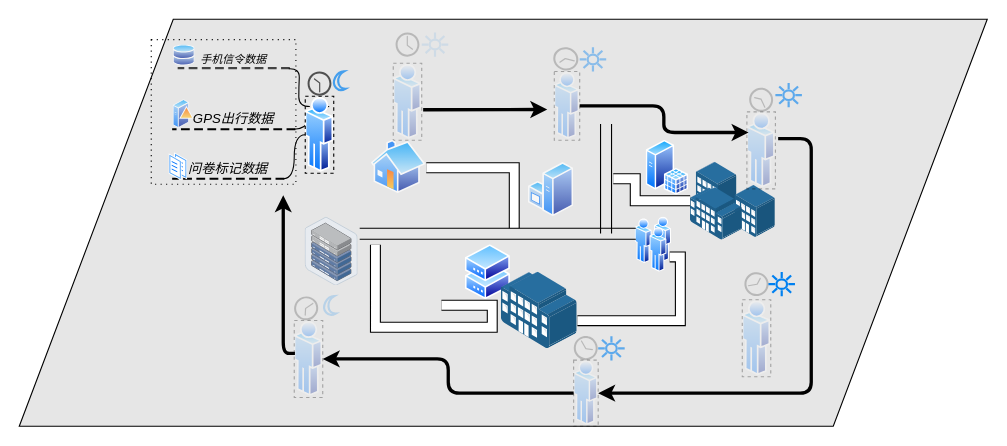
The draw.io diagram page "Page-3" (3 of 4) of 数据采集及整合图.drawio in renqianru/HELLO-NEW-RIKA, before the edit. Source tidied: cells renumbered, new cells numbered last; positions are measured from the earlier drawing's top-left corner, leaving out a move shared by most shapes. Both pictures are drawn from the tidied source at 110%, with x=0, y=0 at pixel (19, 19).
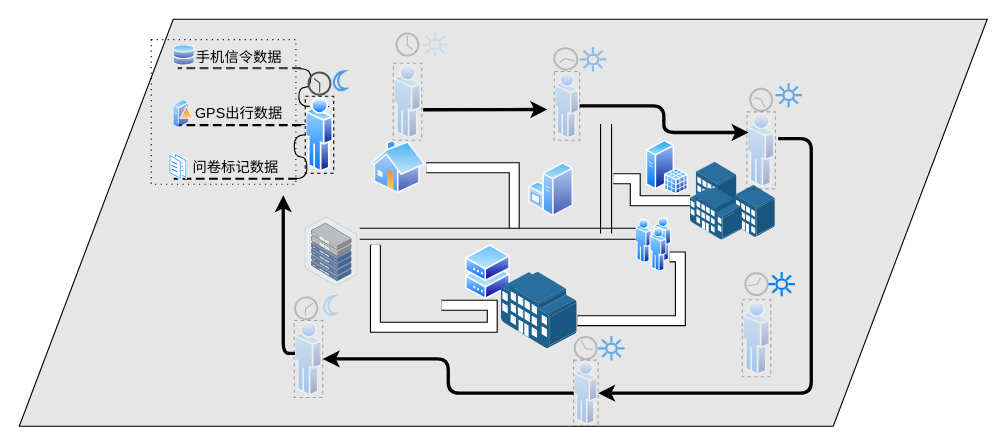
After the change.

What changed in the source:
```diff
@@
-    <mxCell id="4" value="手机信令数据" style="whiteSpace=wrap;html=1;shape=partialRectangle;top=0;left=0;bottom=1;right=0;points=[[0,1],[1,1]];fillColor=none;align=center;verticalAlign=bottom;routingCenterY=0.5;snapToPoint=1;newEdgeStyle={&quot;edgeStyle&quot;:&quot;entityRelationEdgeStyle&quot;,&quot;startArrow&quot;:&quot;none&quot;,&quot;endArrow&quot;:&quot;none&quot;,&quot;segment&quot;:10,&quot;curved&quot;:1};opacity=70;fontSize=10;fontStyle=2;dashed=1;strokeWidth=2;" parent="1" vertex="1" collapsed="1">
-      <mxGeometry x="145" y="24.5" width="100" height="20" as="geometry" />
+    <mxCell id="4" value="手机信令数据" style="whiteSpace=wrap;html=1;shape=partialRectangle;top=0;left=0;bottom=1;right=0;points=[[0,1],[1,1]];fillColor=none;align=center;verticalAlign=bottom;routingCenterY=0.5;snapToPoint=1;newEdgeStyle={&quot;edgeStyle&quot;:&quot;entityRelationEdgeStyle&quot;,&quot;startArrow&quot;:&quot;none&quot;,&quot;endArrow&quot;:&quot;none&quot;,&quot;segment&quot;:10,&quot;curved&quot;:1};opacity=70;fontSize=13;fontStyle=0;dashed=1;strokeWidth=2;fontFamily=Helvetica;" parent="1" vertex="1" collapsed="1">
+      <mxGeometry x="145" y="24.5" width="110" height="20" as="geometry" />
     </mxCell>
@@
-    <mxCell id="25" value="问卷标记数据" style="whiteSpace=wrap;html=1;shape=partialRectangle;top=0;left=0;bottom=1;right=0;points=[[0,1],[1,1]];fillColor=none;align=center;verticalAlign=bottom;routingCenterY=0.5;snapToPoint=1;newEdgeStyle={&quot;edgeStyle&quot;:&quot;entityRelationEdgeStyle&quot;,&quot;startArrow&quot;:&quot;none&quot;,&quot;endArrow&quot;:&quot;none&quot;,&quot;segment&quot;:10,&quot;curved&quot;:1};shadow=0;dashed=1;labelBackgroundColor=none;fontStyle=2;strokeWidth=2;" parent="1" vertex="1">
-      <mxGeometry x="140" y="125" width="100" height="20" as="geometry" />
+    <mxCell id="25" value="问卷标记数据" style="whiteSpace=wrap;html=1;shape=partialRectangle;top=0;left=0;bottom=1;right=0;points=[[0,1],[1,1]];fillColor=none;align=center;verticalAlign=bottom;routingCenterY=0.5;snapToPoint=1;newEdgeStyle={&quot;edgeStyle&quot;:&quot;entityRelationEdgeStyle&quot;,&quot;startArrow&quot;:&quot;none&quot;,&quot;endArrow&quot;:&quot;none&quot;,&quot;segment&quot;:10,&quot;curved&quot;:1};shadow=0;dashed=1;labelBackgroundColor=none;fontStyle=0;strokeWidth=2;fontSize=13;" parent="1" vertex="1">
+      <mxGeometry x="141.5" y="125" width="110" height="20" as="geometry" />
     </mxCell>
@@
-    <mxCell id="36" value="GPS出行数据" style="whiteSpace=wrap;html=1;shape=partialRectangle;top=0;left=0;bottom=1;right=0;points=[[0,1],[1,1]];fillColor=none;align=center;verticalAlign=bottom;routingCenterY=0.5;snapToPoint=1;newEdgeStyle={&quot;edgeStyle&quot;:&quot;entityRelationEdgeStyle&quot;,&quot;startArrow&quot;:&quot;none&quot;,&quot;endArrow&quot;:&quot;none&quot;,&quot;segment&quot;:10,&quot;curved&quot;:1};fontStyle=2;dashed=1;strokeWidth=2;" parent="1" vertex="1">
-      <mxGeometry x="140" y="80" width="110" height="20" as="geometry" />
+    <mxCell id="36" value="GPS出行数据" style="whiteSpace=wrap;html=1;shape=partialRectangle;top=0;left=0;bottom=1;right=0;points=[[0,1],[1,1]];fillColor=none;align=center;verticalAlign=bottom;routingCenterY=0.5;snapToPoint=1;newEdgeStyle={&quot;edgeStyle&quot;:&quot;entityRelationEdgeStyle&quot;,&quot;startArrow&quot;:&quot;none&quot;,&quot;endArrow&quot;:&quot;none&quot;,&quot;segment&quot;:10,&quot;curved&quot;:1};fontStyle=0;dashed=1;strokeWidth=2;fontSize=13;" parent="1" vertex="1">
+      <mxGeometry x="145" y="76.3" width="110" height="20" as="geometry" />
     </mxCell>
@@
-    <mxCell id="43" style="whiteSpace=wrap;html=1;shadow=0;dashed=1;dashPattern=1 4;labelBackgroundColor=none;fontSize=20;fontColor=#E6E6E6;strokeWidth=1;fillColor=none;" parent="1" vertex="1">
-      <mxGeometry x="120" y="18.5" width="131.5" height="131.5" as="geometry" />
-    </mxCell>
@@
+    <mxCell id="43" style="whiteSpace=wrap;html=1;shadow=0;dashed=1;dashPattern=1 4;labelBackgroundColor=none;fontSize=20;fontColor=#E6E6E6;strokeWidth=1;fillColor=none;fontFamily=Times New Roman;" parent="1" vertex="1">
+      <mxGeometry x="120" y="18.5" width="131.5" height="131.5" as="geometry" />
+    </mxCell>
```
